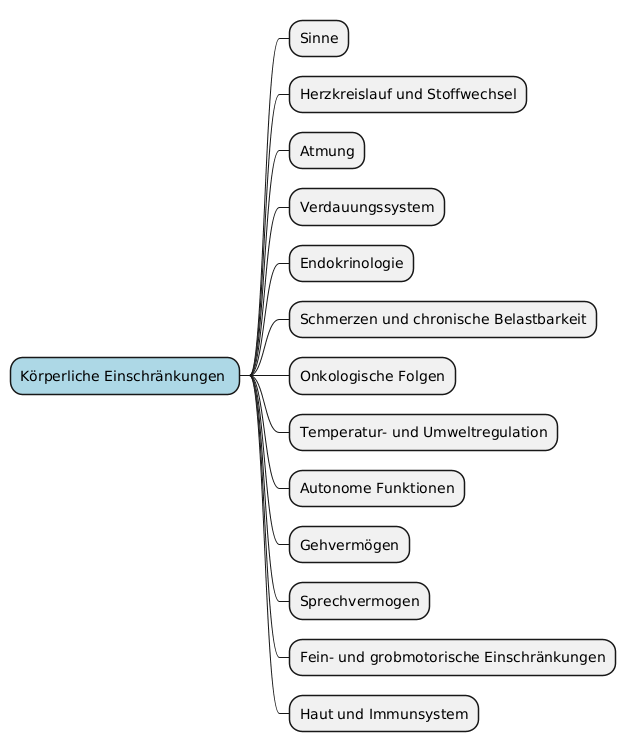
This is mindmap/generated/mindmap-first-level-in-physical.png from marcgauch/Masterarbeit-Daten, a PlantUML export, as it was before one commit.
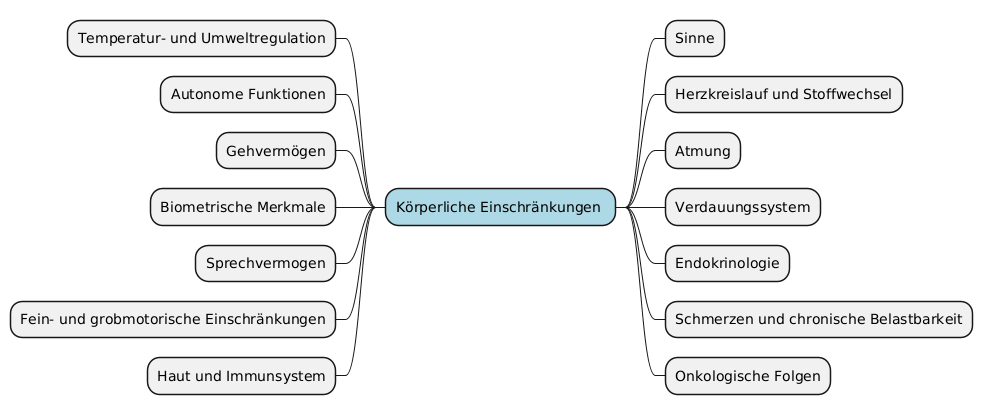
Later version of the same file.

Commit message:
ADDED: mindmap physical körperausrpägungen

The edit, as a diff of the source:
```diff
@@ -22,11 +22,14 @@
 
 	* Onkologische Folgen
 
+left side
 	* Temperatur- und Umweltregulation
 
 	* Autonome Funktionen
 
 	* Gehvermögen
+
+	* Biometrische Merkmale
 
 	* Sprechvermogen
 
```
